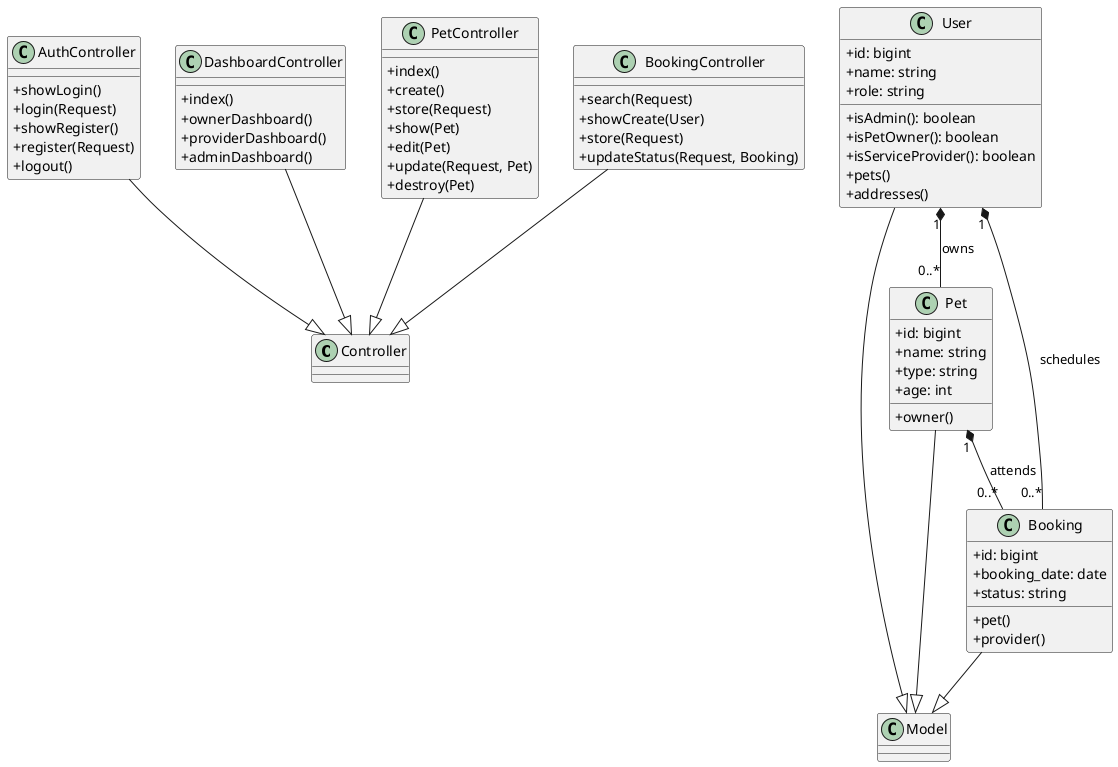
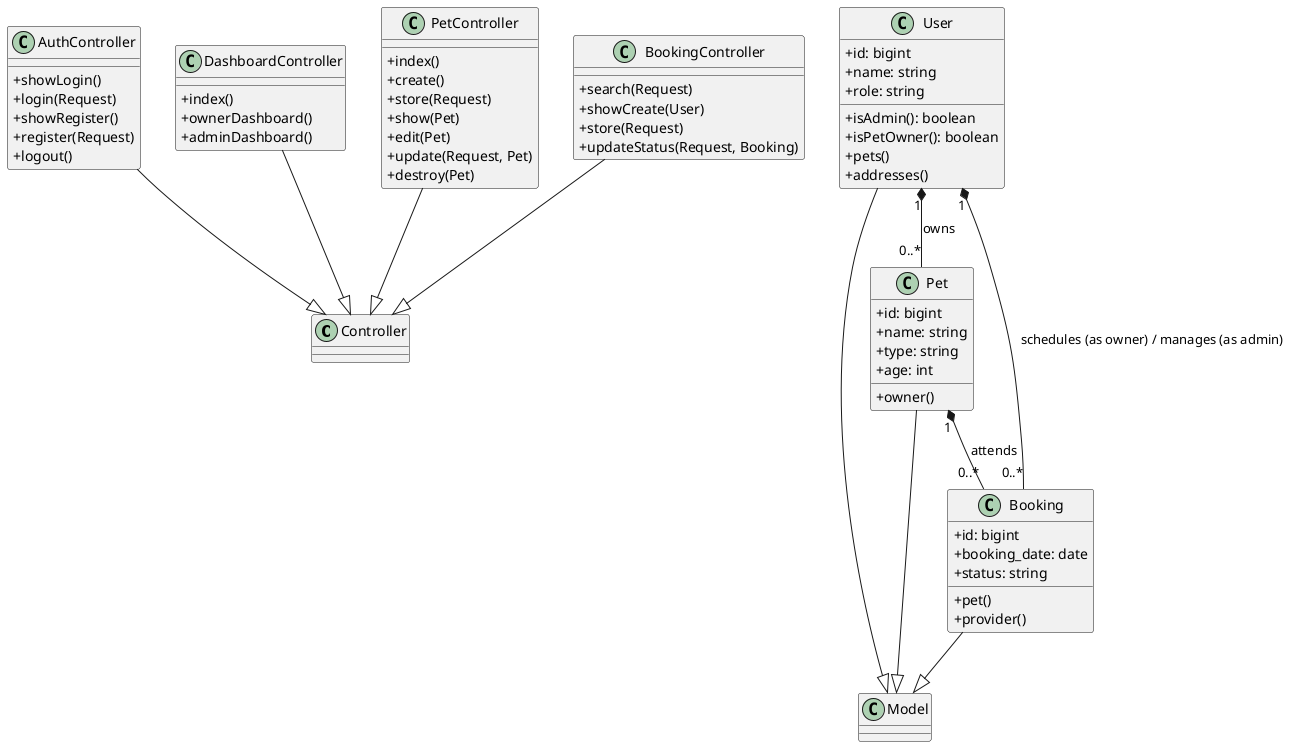
@startuml ClassDiagram
skinparam classAttributeIconSize 0

class Controller {
}

class Model {
}

class AuthController {
  +showLogin()
  +login(Request)
  +showRegister()
  +register(Request)
  +logout()
}

class DashboardController {
  +index()
  +ownerDashboard()
-   +providerDashboard()
  +adminDashboard()
}

class PetController {
  +index()
  +create()
  +store(Request)
  +show(Pet)
  +edit(Pet)
  +update(Request, Pet)
  +destroy(Pet)
}

class BookingController {
  +search(Request)
  +showCreate(User)
  +store(Request)
  +updateStatus(Request, Booking)
}

class User {
  +id: bigint
  +name: string
  +role: string
  +isAdmin(): boolean
  +isPetOwner(): boolean
-   +isServiceProvider(): boolean
  +pets()
  +addresses()
}

class Pet {
  +id: bigint
  +name: string
  +type: string
  +age: int
  +owner()
}

class Booking {
  +id: bigint
  +booking_date: date
  +status: string
  +pet()
  +provider()
}

AuthController --|> Controller
DashboardController --|> Controller
PetController --|> Controller
BookingController --|> Controller

User --|> Model
Pet --|> Model
Booking --|> Model

User "1" *-- "0..*" Pet : owns
- User "1" *-- "0..*" Booking : schedules
+ User "1" *-- "0..*" Booking : schedules (as owner) / manages (as admin)
Pet "1" *-- "0..*" Booking : attends
@enduml
